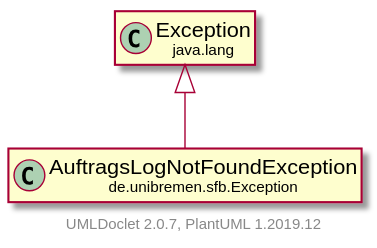
Before: doc/UML/modulsichtSVG/AuftragsLogNotFoundException.svg, a diagram exported from PlantUML (fkehlenb/softwareprojekt-2).
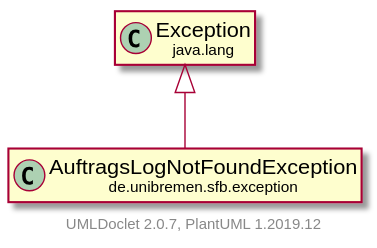
The same diagram one commit later.

What changed in the source:
```diff
@@ -3,11 +3,11 @@
     hide empty fields
     hide empty methods
 
-    class "<size:14>AuftragsLogNotFoundException\n<size:10>de.unibremen.sfb.Exception" as de.unibremen.sfb.Exception.AuftragsLogNotFoundException [[AuftragsLogNotFoundException.html]]
+    class "<size:14>AuftragsLogNotFoundException\n<size:10>de.unibremen.sfb.exception" as de.unibremen.sfb.exception.AuftragsLogNotFoundException [[AuftragsLogNotFoundException.html]]
 
-    class "<size:14>Exception\n<size:10>java.lang" as java.lang.Exception [[https://docs.oracle.com/en/java/javase/11/docs/api/java.base/java/lang/Exception.html?is-external=true]]
+    class "<size:14>exception\n<size:10>java.lang" as java.lang.exception [[https://docs.oracle.com/en/java/javase/11/docs/api/java.base/java/lang/Exception.html?is-external=true]]
 
-    java.lang.Exception <|-- de.unibremen.sfb.Exception.AuftragsLogNotFoundException
+    java.lang.exception <|-- de.unibremen.sfb.exception.AuftragsLogNotFoundException
 
     center footer UMLDoclet 2.0.7, PlantUML 1.2019.12
 @enduml
```
